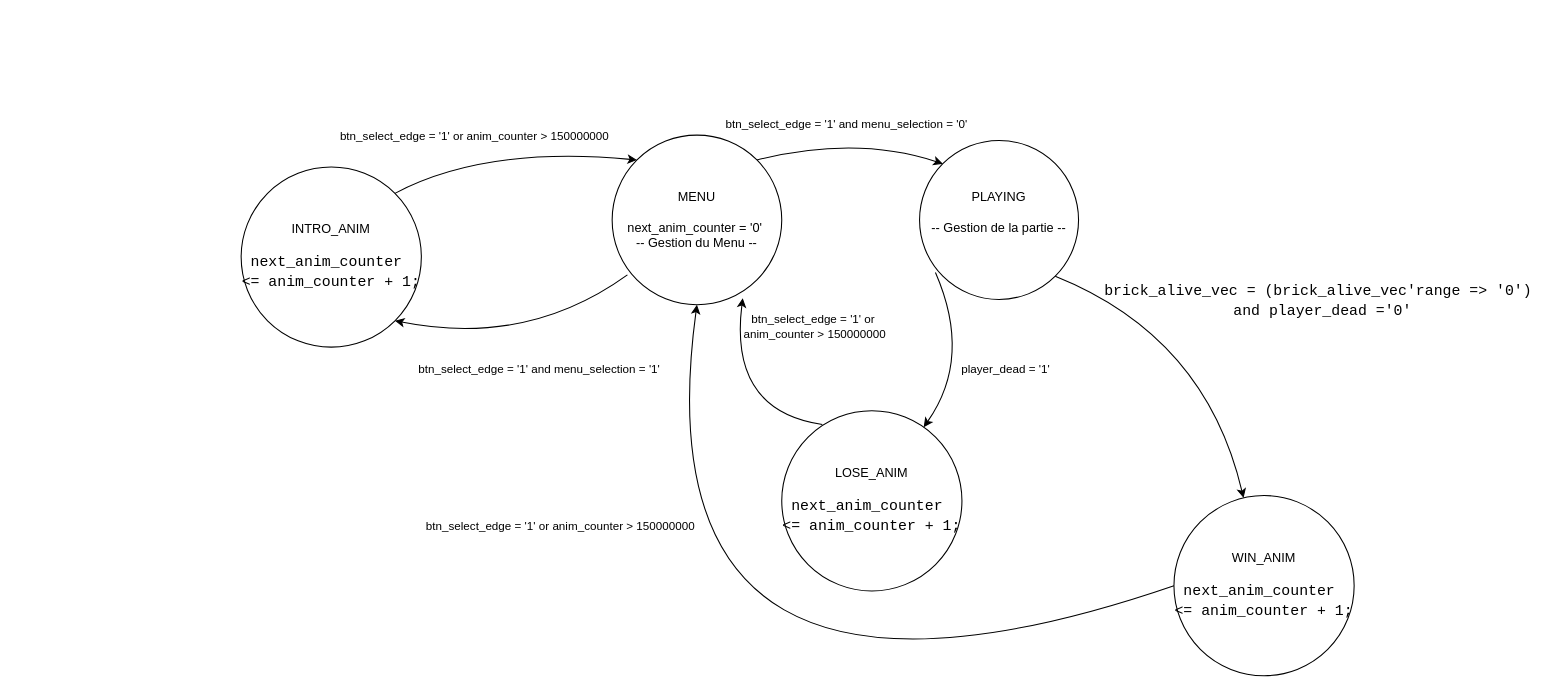
Above: FSM_Menu.drawio in negans-soyez/freeStyle-VHDL-ING4 (draw.io), before the change. Source tidied: cells renumbered, new cells numbered last; positions are measured from the earlier drawing's top-left corner, leaving out a move shared by most shapes. Both pictures are drawn from the tidied source at 106%, with x=0, y=0 at pixel (241, 135).
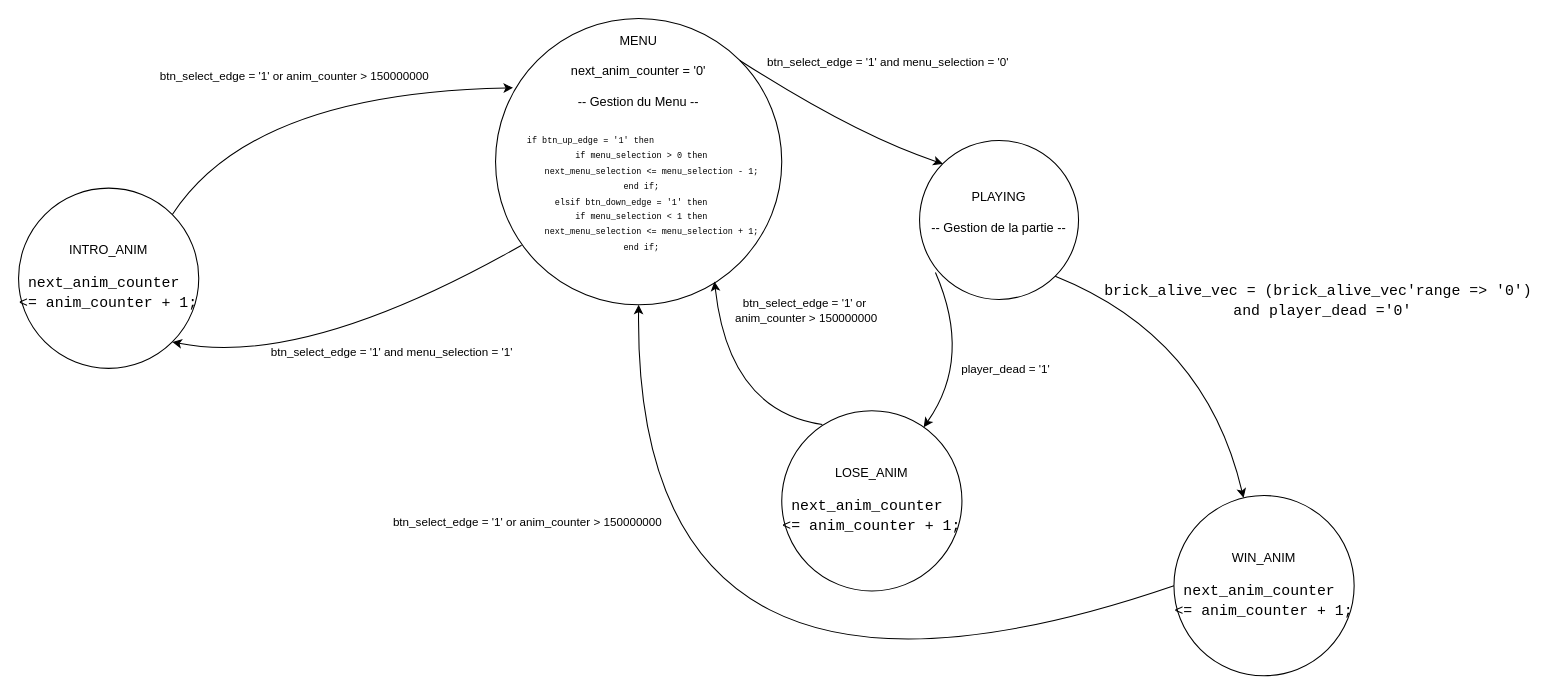
The same page after the edit.

Commit message (it also covers changes not shown here):
Mettre à jour FSM_Menu.drawio

The change refers to these unchanged cells:
```xml
<mxCell id="6" value="&lt;div&gt;&lt;div&gt;LOSE_ANIM&lt;/div&gt;&lt;/div&gt;&lt;div&gt;&lt;br&gt;&lt;/div&gt;&lt;div&gt;&lt;div style=&quot;font-family: Consolas, &amp;quot;Courier New&amp;quot;, monospace; font-size: 14px; line-height: 19px; white-space: pre;&quot;&gt;next_anim_counter &lt;/div&gt;&lt;div style=&quot;font-family: Consolas, &amp;quot;Courier New&amp;quot;, monospace; font-size: 14px; line-height: 19px; white-space: pre;&quot;&gt;&amp;lt;= anim_counter + 1;&lt;/div&gt;&lt;/div&gt;" style="ellipse;whiteSpace=wrap;html=1;" parent="1" vertex="1">
  <mxGeometry x="510" y="260" width="170" height="170" as="geometry" />
</mxCell>
<mxCell id="9" style="endArrow=classic;html=1;rounded=0;exitX=1;exitY=0;exitDx=0;exitDy=0;entryX=0;entryY=0;entryDx=0;entryDy=0;curved=1;" parent="1" edge="1" source="3" target="4">
  <mxGeometry relative="1" as="geometry">
    <Array as="points">
      <mxPoint x="580" />
    </Array>
  </mxGeometry>
</mxCell>
```

What changed in the source:
```diff
@@
     <mxCell id="2" value="INTRO_ANIM&lt;div&gt;&lt;br&gt;&lt;/div&gt;&lt;div&gt;&lt;div style=&quot;font-family: Consolas, &amp;quot;Courier New&amp;quot;, monospace; font-size: 14px; line-height: 19px; white-space: pre;&quot;&gt;&lt;span&gt;next_anim_counter &lt;/span&gt;&lt;/div&gt;&lt;div style=&quot;font-family: Consolas, &amp;quot;Courier New&amp;quot;, monospace; font-size: 14px; line-height: 19px; white-space: pre;&quot;&gt;&lt;span&gt;&lt;span style=&quot;&quot;&gt;&amp;lt;=&lt;/span&gt; anim_counter &lt;span style=&quot;&quot;&gt;+&lt;/span&gt; &lt;span style=&quot;&quot;&gt;1&lt;/span&gt;;&lt;/span&gt;&lt;/div&gt;&lt;/div&gt;" style="ellipse;whiteSpace=wrap;html=1;fontColor=default;" parent="1" vertex="1">
-      <mxGeometry y="30" width="170" height="170" as="geometry" />
+      <mxGeometry x="-210" y="50" width="170" height="170" as="geometry" />
     </mxCell>
-    <mxCell id="3" value="MENU&lt;div&gt;&lt;br&gt;&lt;div&gt;next_anim_counter = '0'&amp;nbsp;&lt;/div&gt;&lt;/div&gt;&lt;div&gt;-- Gestion du Menu --&lt;/div&gt;" style="ellipse;whiteSpace=wrap;html=1;" parent="1" vertex="1">
-      <mxGeometry x="350" width="160" height="160" as="geometry" />
+    <mxCell id="3" value="MENU&lt;div&gt;&lt;br&gt;&lt;div&gt;next_anim_counter = '0'&lt;/div&gt;&lt;div&gt;&amp;nbsp;&lt;/div&gt;&lt;/div&gt;&lt;div&gt;-- Gestion du Menu --&lt;/div&gt;&lt;div&gt;&lt;div style=&quot;font-family: Consolas, &amp;quot;Courier New&amp;quot;, monospace; line-height: 19px; white-space: pre;&quot;&gt;&lt;div style=&quot;&quot;&gt;&lt;br&gt;&lt;/div&gt;&lt;div style=&quot;&quot;&gt;&lt;br&gt;&lt;/div&gt;&lt;div style=&quot;&quot;&gt;&lt;br&gt;&lt;/div&gt;&lt;div style=&quot;&quot;&gt;&lt;br&gt;&lt;/div&gt;&lt;div style=&quot;&quot;&gt;&lt;br&gt;&lt;/div&gt;&lt;div style=&quot;&quot;&gt;&lt;br&gt;&lt;/div&gt;&lt;div style=&quot;&quot;&gt;&lt;br&gt;&lt;/div&gt;&lt;div style=&quot;&quot;&gt;&lt;br&gt;&lt;/div&gt;&lt;div style=&quot;&quot;&gt;&lt;br&gt;&lt;/div&gt;&lt;/div&gt;&lt;/div&gt;" style="ellipse;whiteSpace=wrap;html=1;strokeColor=default;labelBackgroundColor=none;fontColor=default;" parent="1" vertex="1">
+      <mxGeometry x="240" y="-110" width="270" height="270" as="geometry" />
     </mxCell>
@@
-    <mxCell id="7" style="endArrow=classic;html=1;rounded=0;exitX=1;exitY=0;exitDx=0;exitDy=0;entryX=0;entryY=0;entryDx=0;entryDy=0;curved=1;" parent="1" edge="1" source="2" target="3">
+    <mxCell id="7" style="endArrow=classic;html=1;rounded=0;exitX=1;exitY=0;exitDx=0;exitDy=0;entryX=0.061;entryY=0.242;entryDx=0;entryDy=0;curved=1;entryPerimeter=0;" parent="1" edge="1" source="2" target="3">
       <mxGeometry relative="1" as="geometry">
         <Array as="points">
-          <mxPoint x="230" y="10" />
+          <mxPoint x="10" y="-40" />
         </Array>
       </mxGeometry>
     </mxCell>
@@
     <mxCell id="10" value="btn_select_edge = '1' and menu_selection = '0'" style="edgeLabel;html=1;align=center;verticalAlign=middle;" parent="9" vertex="1">
       <mxGeometry x="0.29" y="2" relative="1" as="geometry">
-        <mxPoint x="-31" y="-15" as="offset" />
+        <mxPoint x="20" y="-71" as="offset" />
       </mxGeometry>
     </mxCell>
-    <mxCell id="11" style="endArrow=classic;html=1;rounded=0;exitX=0.09;exitY=0.824;exitDx=0;exitDy=0;exitPerimeter=0;entryX=1;entryY=1;entryDx=0;entryDy=0;curved=1;" parent="1" edge="1" source="3" target="2">
+    <mxCell id="11" style="endArrow=classic;html=1;rounded=0;exitX=0.091;exitY=0.792;exitDx=0;exitDy=0;exitPerimeter=0;entryX=1;entryY=1;entryDx=0;entryDy=0;curved=1;" parent="1" edge="1" source="3" target="2">
       <mxGeometry relative="1" as="geometry">
         <Array as="points">
-          <mxPoint x="270" y="200" />
+          <mxPoint x="60" y="220" />
         </Array>
       </mxGeometry>
     </mxCell>
@@
-    <mxCell id="17" style="endArrow=classic;html=1;rounded=0;exitX=0.225;exitY=0.076;exitDx=0;exitDy=0;exitPerimeter=0;entryX=0.77;entryY=0.961;entryDx=0;entryDy=0;entryPerimeter=0;curved=1;" parent="1" edge="1" source="6" target="3">
+    <mxCell id="17" style="endArrow=classic;html=1;rounded=0;exitX=0.225;exitY=0.076;exitDx=0;exitDy=0;exitPerimeter=0;entryX=0.765;entryY=0.919;entryDx=0;entryDy=0;entryPerimeter=0;curved=1;" parent="1" edge="1" source="6" target="3">
       <mxGeometry relative="1" as="geometry">
         <Array as="points">
           <mxPoint x="460" y="260" />
         </Array>
       </mxGeometry>
     </mxCell>
@@
+    <mxCell id="21" value="&lt;div style=&quot;font-family: Consolas, &amp;quot;Courier New&amp;quot;, monospace; white-space: pre;&quot;&gt;&lt;font style=&quot;font-size: 8px;&quot;&gt;if btn_up_edge = '1' then&lt;/font&gt;&lt;/div&gt;&lt;div style=&quot;font-family: Consolas, &amp;quot;Courier New&amp;quot;, monospace; white-space: pre;&quot;&gt;&lt;font style=&quot;font-size: 8px;&quot;&gt;&amp;nbsp; &amp;nbsp; &amp;nbsp; &amp;nbsp; &amp;nbsp; &amp;nbsp; &amp;nbsp; &amp;nbsp; &amp;nbsp; &amp;nbsp; if menu_selection &amp;gt; 0 then&lt;/font&gt;&lt;/div&gt;&lt;div style=&quot;font-family: Consolas, &amp;quot;Courier New&amp;quot;, monospace; white-space: pre;&quot;&gt;&lt;font style=&quot;font-size: 8px;&quot;&gt;&amp;nbsp; &amp;nbsp; &amp;nbsp; &amp;nbsp; &amp;nbsp; &amp;nbsp; &amp;nbsp; &amp;nbsp; &amp;nbsp; &amp;nbsp; &amp;nbsp; &amp;nbsp; next_menu_selection &amp;lt;= menu_selection - 1;&lt;/font&gt;&lt;/div&gt;&lt;div style=&quot;font-family: Consolas, &amp;quot;Courier New&amp;quot;, monospace; white-space: pre;&quot;&gt;&lt;font style=&quot;font-size: 8px;&quot;&gt;&amp;nbsp; &amp;nbsp; &amp;nbsp; &amp;nbsp; &amp;nbsp; &amp;nbsp; &amp;nbsp; &amp;nbsp; &amp;nbsp; &amp;nbsp; end if;&lt;/font&gt;&lt;/div&gt;&lt;div style=&quot;font-family: Consolas, &amp;quot;Courier New&amp;quot;, monospace; white-space: pre;&quot;&gt;&lt;font style=&quot;font-size: 8px;&quot;&gt;&amp;nbsp; &amp;nbsp; &amp;nbsp; &amp;nbsp; &amp;nbsp; &amp;nbsp; &amp;nbsp; &amp;nbsp; elsif btn_down_edge = '1' then&lt;/font&gt;&lt;/div&gt;&lt;div style=&quot;font-family: Consolas, &amp;quot;Courier New&amp;quot;, monospace; white-space: pre;&quot;&gt;&lt;font style=&quot;font-size: 8px;&quot;&gt;&amp;nbsp; &amp;nbsp; &amp;nbsp; &amp;nbsp; &amp;nbsp; &amp;nbsp; &amp;nbsp; &amp;nbsp; &amp;nbsp; &amp;nbsp; if menu_selection &amp;lt; 1 then&lt;/font&gt;&lt;/div&gt;&lt;div style=&quot;font-family: Consolas, &amp;quot;Courier New&amp;quot;, monospace; white-space: pre;&quot;&gt;&lt;font style=&quot;font-size: 8px;&quot;&gt;&amp;nbsp; &amp;nbsp; &amp;nbsp; &amp;nbsp; &amp;nbsp; &amp;nbsp; &amp;nbsp; &amp;nbsp; &amp;nbsp; &amp;nbsp; &amp;nbsp; &amp;nbsp; next_menu_selection &amp;lt;= menu_selection + 1;&lt;/font&gt;&lt;/div&gt;&lt;div style=&quot;font-family: Consolas, &amp;quot;Courier New&amp;quot;, monospace; white-space: pre;&quot;&gt;&lt;font style=&quot;font-size: 8px;&quot;&gt;&amp;nbsp; &amp;nbsp; &amp;nbsp; &amp;nbsp; &amp;nbsp; &amp;nbsp; &amp;nbsp; &amp;nbsp; &amp;nbsp; &amp;nbsp; end if;&lt;/font&gt;&lt;/div&gt;" style="text;html=1;whiteSpace=wrap;strokeColor=none;fillColor=none;align=center;verticalAlign=middle;rounded=0;" parent="1" vertex="1">
+      <mxGeometry x="300" y="40" width="60" height="30" as="geometry" />
+    </mxCell>
```
